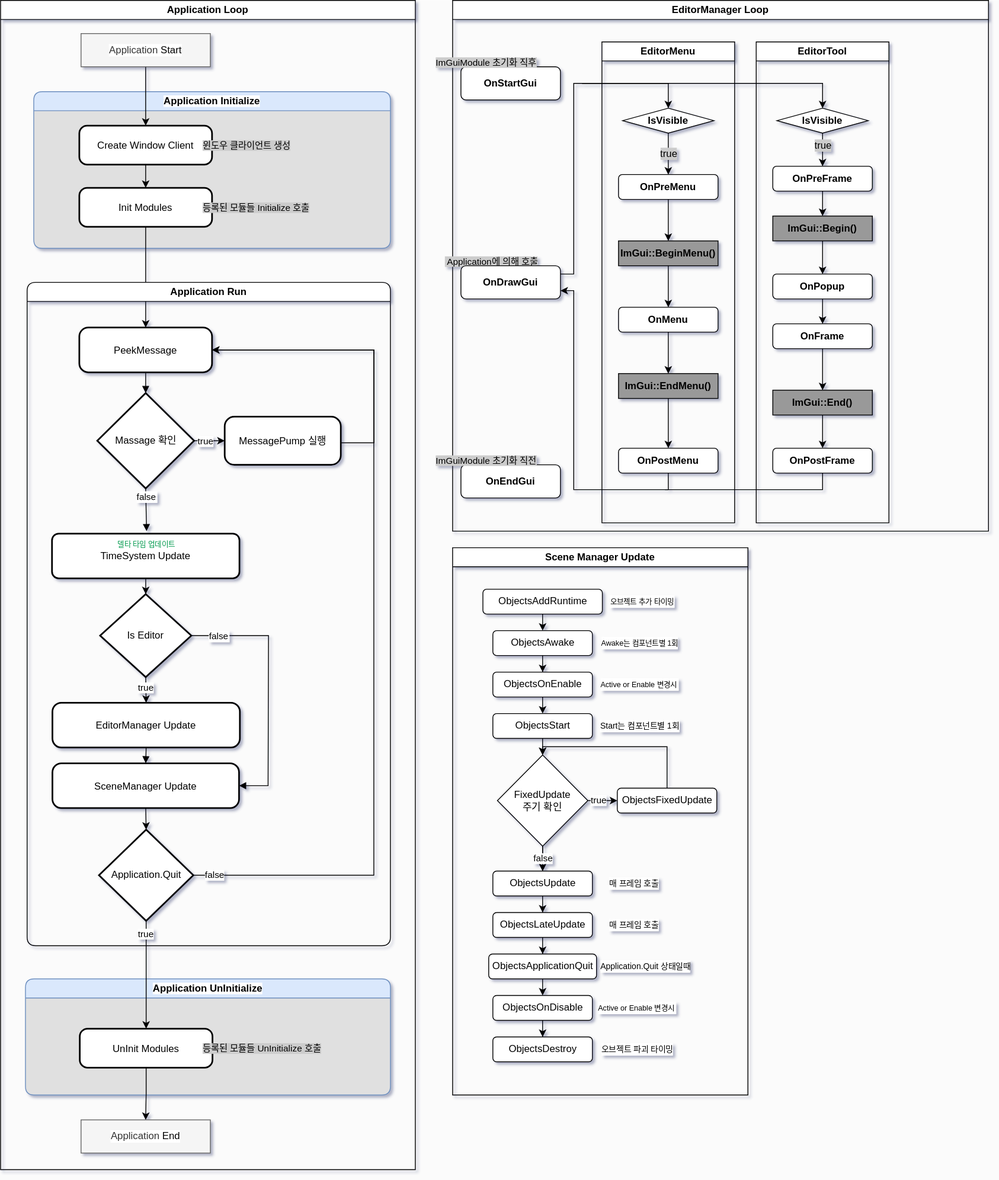
Above: Diagram/GameEngineFlowChart.drawio.svg in Scarecrow37/VanishingGround (draw.io), before the change. Source tidied: cells renumbered, new cells last; positions are measured from the earlier drawing's top-left corner, leaving out a move shared by most shapes.
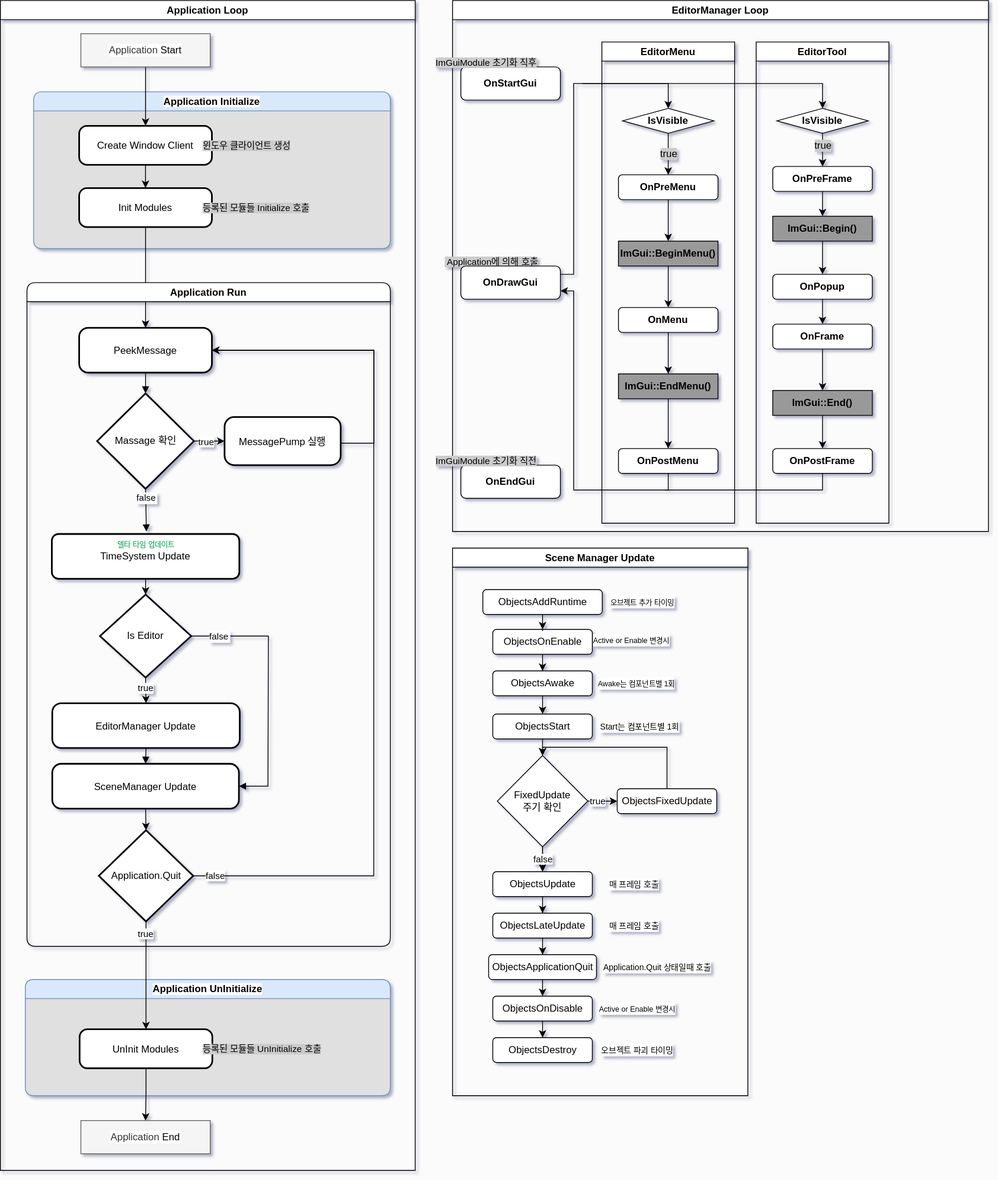
The same diagram one commit later.

Commit message:
Scene Manager Update

What changed in the source:
```diff
@@ -5,17 +5,17 @@
     <mxCell id="2" value="Scene Manager Update" style="swimlane;whiteSpace=wrap;html=1;labelBackgroundColor=default;" parent="1" vertex="1">
       <mxGeometry x="545" y="660" width="356" height="660" as="geometry" />
     </mxCell>
-    <mxCell id="3" style="edgeStyle=orthogonalEdgeStyle;rounded=0;jettySize=auto;html=1;entryX=0.5;entryY=0;entryDx=0;entryDy=0;labelBackgroundColor=default;" parent="2" edge="1" source="4" target="6">
-      <mxGeometry relative="1" as="geometry" />
-    </mxCell>
+    <mxCell id="114" style="edgeStyle=orthogonalEdgeStyle;rounded=0;jettySize=auto;html=1;entryX=0.5;entryY=0;entryDx=0;entryDy=0;" parent="2" edge="1" source="4" target="8">
+      <mxGeometry relative="1" as="geometry" />
+    </mxCell>
     <mxCell id="4" value="ObjectsAwake" style="rounded=1;whiteSpace=wrap;html=1;labelBackgroundColor=default;" parent="2" vertex="1">
-      <mxGeometry x="48.5" y="100" width="120" height="30" as="geometry" />
+      <mxGeometry x="48.5" y="148" width="120" height="30" as="geometry" />
     </mxCell>
-    <mxCell id="5" style="edgeStyle=orthogonalEdgeStyle;rounded=0;jettySize=auto;html=1;exitX=0.5;exitY=1;exitDx=0;exitDy=0;entryX=0.5;entryY=0;entryDx=0;entryDy=0;labelBackgroundColor=default;" parent="2" edge="1" source="6" target="8">
-      <mxGeometry relative="1" as="geometry" />
-    </mxCell>
+    <mxCell id="115" style="edgeStyle=orthogonalEdgeStyle;rounded=0;jettySize=auto;html=1;entryX=0.5;entryY=0;entryDx=0;entryDy=0;" parent="2" edge="1" source="6" target="4">
+      <mxGeometry relative="1" as="geometry" />
+    </mxCell>
     <mxCell id="6" value="ObjectsOnEnable" style="rounded=1;whiteSpace=wrap;html=1;labelBackgroundColor=default;" parent="2" vertex="1">
-      <mxGeometry x="48.5" y="150" width="120" height="30" as="geometry" />
+      <mxGeometry x="48.5" y="98" width="120" height="30" as="geometry" />
     </mxCell>
     <mxCell id="7" style="edgeStyle=orthogonalEdgeStyle;rounded=0;jettySize=auto;html=1;exitX=0.5;exitY=1;exitDx=0;exitDy=0;entryX=0.5;entryY=0;entryDx=0;entryDy=0;labelBackgroundColor=default;" parent="2" edge="1" source="8" target="12">
       <mxGeometry relative="1" as="geometry" />
@@ -65,15 +65,15 @@
       <mxGeometry x="43.5" y="490" width="130" height="30" as="geometry" />
     </mxCell>
     <mxCell id="21" value="&lt;font style=&quot;font-size: 9px;&quot;&gt;Awake는&amp;nbsp;&lt;span style=&quot;color: light-dark(rgb(0, 0, 0), rgb(255, 255, 255));&quot;&gt;컴포넌트별 1회&lt;/span&gt;&lt;/font&gt;" style="text;html=1;align=center;verticalAlign=middle;whiteSpace=wrap;rounded=0;labelBackgroundColor=default;" parent="2" vertex="1">
-      <mxGeometry x="158.5" y="100" width="134" height="30" as="geometry" />
+      <mxGeometry x="154.5" y="148" width="134" height="30" as="geometry" />
     </mxCell>
-    <mxCell id="22" value="&lt;font style=&quot;font-size: 9px;&quot;&gt;Active or Enable 변경시&lt;span style=&quot;color: light-dark(rgb(0, 0, 0), rgb(255, 255, 255));&quot;&gt;&amp;nbsp;&lt;/span&gt;&lt;/font&gt;" style="text;html=1;align=center;verticalAlign=middle;whiteSpace=wrap;rounded=0;labelBackgroundColor=default;" parent="2" vertex="1">
-      <mxGeometry x="158.5" y="150" width="134" height="30" as="geometry" />
+    <mxCell id="22" value="&lt;font style=&quot;font-size: 9px;&quot;&gt;Active or Enable 변경시&lt;/font&gt;" style="text;html=1;align=center;verticalAlign=middle;whiteSpace=wrap;rounded=0;labelBackgroundColor=default;" parent="2" vertex="1">
+      <mxGeometry x="149" y="96" width="134" height="30" as="geometry" />
     </mxCell>
     <mxCell id="23" value="&lt;font size=&quot;1&quot;&gt;Start는 컴포넌트별 1회&lt;/font&gt;" style="text;html=1;align=center;verticalAlign=middle;whiteSpace=wrap;rounded=0;labelBackgroundColor=default;" parent="2" vertex="1">
       <mxGeometry x="158.5" y="200" width="134" height="30" as="geometry" />
     </mxCell>
-    <mxCell id="24" value="&lt;font style=&quot;font-size: 9px;&quot;&gt;Active or Enable 변경시&lt;span style=&quot;color: light-dark(rgb(0, 0, 0), rgb(255, 255, 255));&quot;&gt;&amp;nbsp;&lt;/span&gt;&lt;/font&gt;" style="text;html=1;align=center;verticalAlign=middle;whiteSpace=wrap;rounded=0;labelBackgroundColor=default;" parent="2" vertex="1">
+    <mxCell id="24" value="&lt;font style=&quot;font-size: 9px;&quot;&gt;Active or Enable 변경시&lt;/font&gt;" style="text;html=1;align=center;verticalAlign=middle;whiteSpace=wrap;rounded=0;labelBackgroundColor=default;" parent="2" vertex="1">
       <mxGeometry x="163" y="540" width="120" height="30" as="geometry" />
     </mxCell>
     <mxCell id="25" value="&lt;font size=&quot;1&quot;&gt;매 프레임 호출&lt;/font&gt;" style="text;html=1;align=center;verticalAlign=middle;whiteSpace=wrap;rounded=0;labelBackgroundColor=default;" parent="2" vertex="1">
@@ -82,9 +82,9 @@
     <mxCell id="26" value="&lt;font size=&quot;1&quot;&gt;매 프레임 호출&lt;/font&gt;" style="text;html=1;align=center;verticalAlign=middle;whiteSpace=wrap;rounded=0;labelBackgroundColor=default;" parent="2" vertex="1">
       <mxGeometry x="158.5" y="440" width="120" height="30" as="geometry" />
     </mxCell>
-    <mxCell id="27" style="edgeStyle=orthogonalEdgeStyle;rounded=0;jettySize=auto;html=1;exitX=0.5;exitY=1;exitDx=0;exitDy=0;entryX=0.5;entryY=0;entryDx=0;entryDy=0;" parent="2" edge="1" source="28" target="4">
-      <mxGeometry relative="1" as="geometry" />
-    </mxCell>
+    <mxCell id="116" style="edgeStyle=orthogonalEdgeStyle;rounded=0;jettySize=auto;html=1;entryX=0.5;entryY=0;entryDx=0;entryDy=0;" parent="2" edge="1" source="28" target="6">
+      <mxGeometry relative="1" as="geometry" />
+    </mxCell>
     <mxCell id="28" value="ObjectsAddRuntime" style="rounded=1;whiteSpace=wrap;html=1;labelBackgroundColor=default;" parent="2" vertex="1">
       <mxGeometry x="36.5" y="50" width="144" height="30" as="geometry" />
     </mxCell>
@@ -97,8 +97,8 @@
     <mxCell id="31" value="ObjectsOnDisable" style="rounded=1;whiteSpace=wrap;html=1;labelBackgroundColor=default;" parent="2" vertex="1">
       <mxGeometry x="48.5" y="540" width="120" height="30" as="geometry" />
     </mxCell>
-    <mxCell id="32" value="&lt;font size=&quot;1&quot;&gt;Application.Quit 상태일때&lt;/font&gt;" style="text;html=1;align=center;verticalAlign=middle;whiteSpace=wrap;rounded=0;labelBackgroundColor=default;" parent="2" vertex="1">
-      <mxGeometry x="172.5" y="490" width="120" height="30" as="geometry" />
+    <mxCell id="32" value="&lt;font size=&quot;1&quot;&gt;Application.Quit 상태일때 호출&lt;/font&gt;" style="text;html=1;align=center;verticalAlign=middle;whiteSpace=wrap;rounded=0;labelBackgroundColor=default;" parent="2" vertex="1">
+      <mxGeometry x="172.5" y="490" width="147.5" height="30" as="geometry" />
     </mxCell>
     <mxCell id="33" value="&lt;font size=&quot;1&quot;&gt;오브젝트 파괴 타이밍&lt;/font&gt;" style="text;html=1;align=center;verticalAlign=middle;whiteSpace=wrap;rounded=0;labelBackgroundColor=default;" parent="2" vertex="1">
       <mxGeometry x="163" y="590" width="120" height="30" as="geometry" />
```
